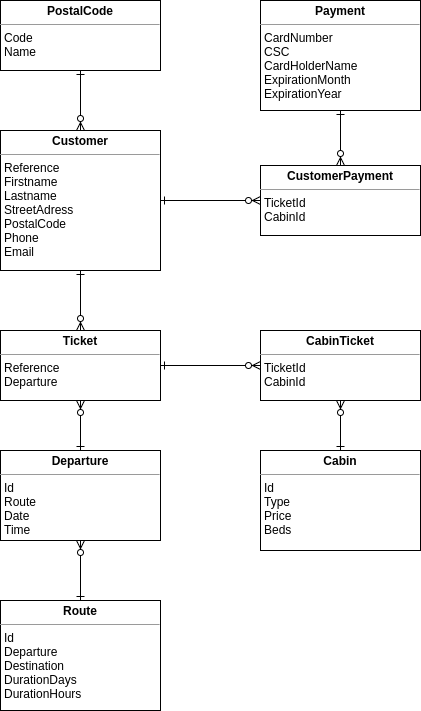
Before: boatlineER.png, a diagram exported from draw.io (webappmet/boatline). Source tidied: cells renumbered, new cells last; positions are measured from the earlier drawing's top-left corner, leaving out a move shared by most shapes.
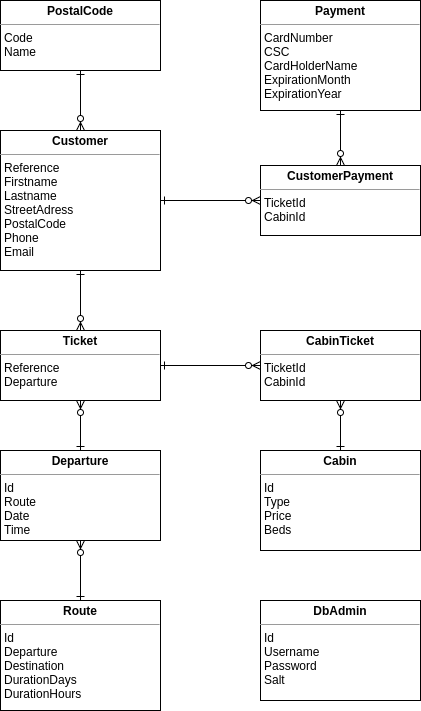
The same file after the commit.

Commit message:
Add DbAdmin to ER diagram

Diff of the diagram source:
```diff
@@ -53,5 +53,8 @@
     <mxCell id="18" style="edgeStyle=orthogonalEdgeStyle;rounded=0;jettySize=auto;html=1;startArrow=ERzeroToMany;startFill=1;endArrow=ERone;endFill=0;entryX=0.5;entryY=0;entryDx=0;entryDy=0;" parent="1" edge="1" source="4" target="17">
       <mxGeometry relative="1" as="geometry" />
     </mxCell>
+    <mxCell id="19" value="&lt;p style=&quot;margin: 0px ; margin-top: 4px ; text-align: center&quot;&gt;&lt;b&gt;DbAdmin&lt;/b&gt;&lt;/p&gt;&lt;hr size=&quot;1&quot;&gt;&lt;p style=&quot;margin: 0px ; margin-left: 4px&quot;&gt;Id&lt;/p&gt;&lt;p style=&quot;margin: 0px ; margin-left: 4px&quot;&gt;Username&lt;/p&gt;&lt;p style=&quot;margin: 0px ; margin-left: 4px&quot;&gt;Password&lt;/p&gt;&lt;p style=&quot;margin: 0px ; margin-left: 4px&quot;&gt;Salt&lt;/p&gt;" style="verticalAlign=top;align=left;overflow=fill;fontSize=12;fontFamily=Helvetica;html=1;" parent="1" vertex="1">
+      <mxGeometry x="260" y="600" width="160" height="100" as="geometry" />
+    </mxCell>
   </root>
 </mxGraphModel>
```
